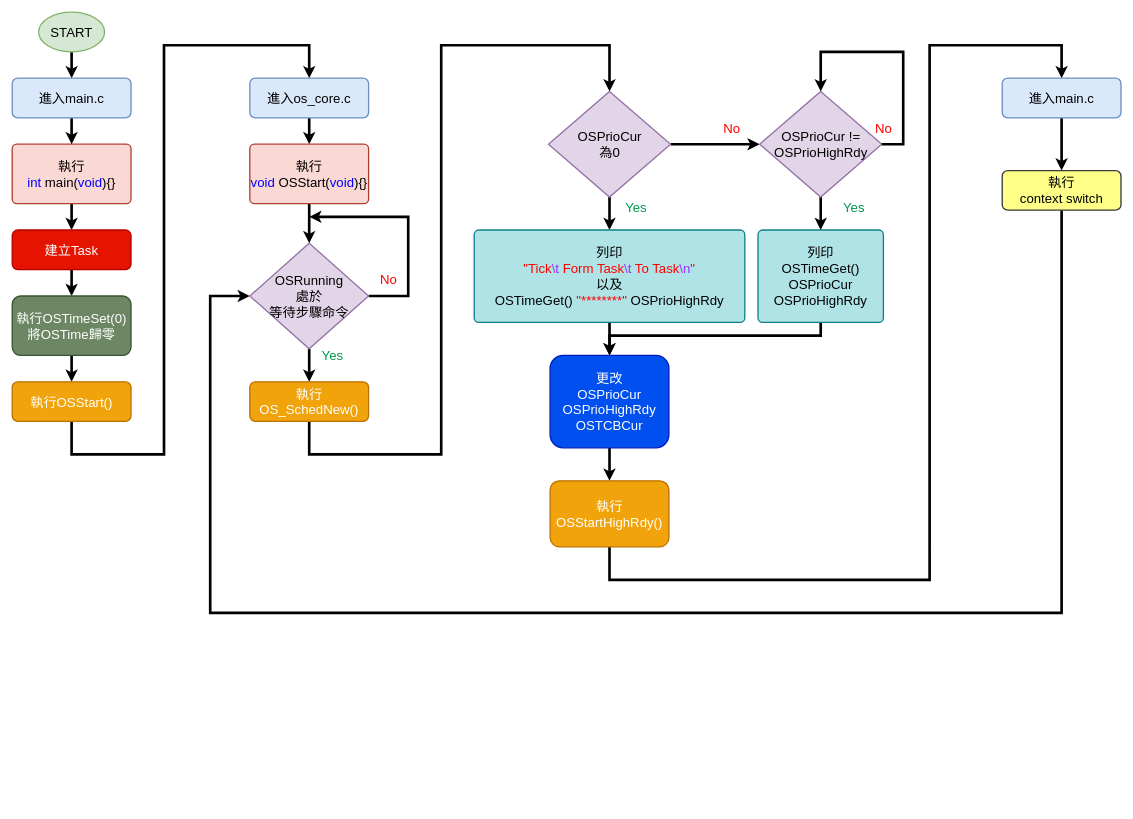
junyi1997/-OS-_code keeps this draw.io diagram as HW00/micro os HW00.drawio. Above is the earlier version. Source tidied: cells renumbered, new cells numbered last; positions are measured from the earlier drawing's top-left corner, leaving out a move shared by most shapes. Both pictures are drawn from the tidied source at 66%, with x=0, y=0 at pixel (12, 12).
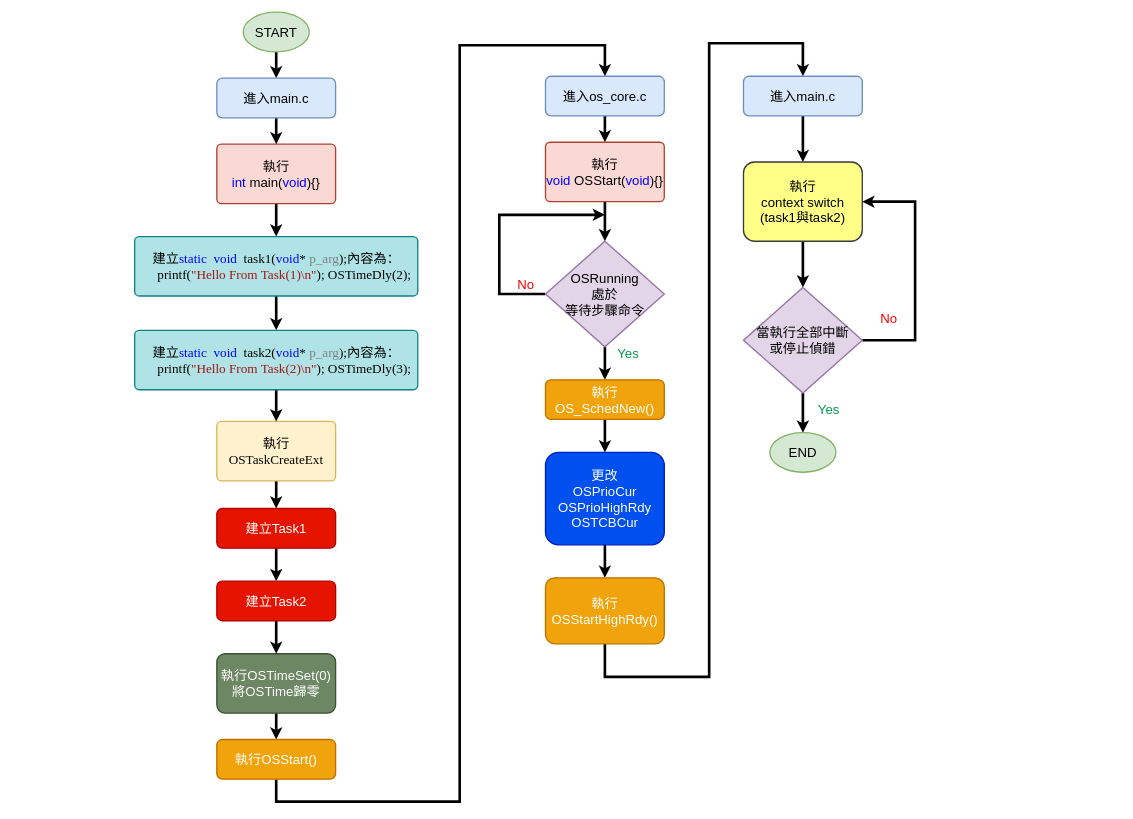
After the change.

The edit, as a diff of the source:
```diff
@@
     <mxCell id="3" value="START" style="strokeWidth=2;html=1;shape=mxgraph.flowchart.start_1;whiteSpace=wrap;fontSize=20;fontFamily=標楷體;fillColor=#d5e8d4;strokeColor=#82b366;" parent="1" vertex="1">
-      <mxGeometry x="40" width="100" height="60" as="geometry" />
+      <mxGeometry x="350" width="100" height="60" as="geometry" />
     </mxCell>
-    <mxCell id="4" style="edgeStyle=orthogonalEdgeStyle;rounded=0;jettySize=auto;html=1;strokeWidth=4;fontSize=20;fontFamily=標楷體;" parent="1" edge="1" source="5" target="7">
-      <mxGeometry relative="1" as="geometry" />
-    </mxCell>
+    <mxCell id="47" style="edgeStyle=orthogonalEdgeStyle;rounded=0;jettySize=auto;html=1;strokeWidth=4;" parent="1" edge="1" source="5" target="56">
+      <mxGeometry relative="1" as="geometry" />
+    </mxCell>
     <mxCell id="5" value="執行&lt;br&gt;&lt;font color=&quot;#0000ff&quot;&gt;int&lt;/font&gt; main(&lt;font color=&quot;#0000ff&quot;&gt;void&lt;/font&gt;){}" style="rounded=1;whiteSpace=wrap;html=1;absoluteArcSize=1;arcSize=14;strokeWidth=2;fontSize=20;fontFamily=標楷體;fillColor=#fad9d5;strokeColor=#ae4132;" parent="1" vertex="1">
-      <mxGeometry y="200" width="180" height="90" as="geometry" />
+      <mxGeometry x="310" y="200" width="180" height="90" as="geometry" />
     </mxCell>
-    <mxCell id="6" style="edgeStyle=orthogonalEdgeStyle;rounded=0;jettySize=auto;html=1;strokeWidth=4;fontSize=20;fontFamily=標楷體;" parent="1" edge="1" source="7" target="9">
-      <mxGeometry relative="1" as="geometry" />
-    </mxCell>
+    <mxCell id="48" style="edgeStyle=orthogonalEdgeStyle;rounded=0;jettySize=auto;html=1;strokeWidth=4;" parent="1" edge="1" source="7" target="52">
+      <mxGeometry relative="1" as="geometry" />
+    </mxCell>
-    <mxCell id="7" value="建立Task" style="whiteSpace=wrap;html=1;rounded=1;fontSize=20;strokeWidth=2;arcSize=14;fontFamily=標楷體;fillColor=#e51400;strokeColor=#B20000;fontColor=#ffffff;" parent="1" vertex="1">
-      <mxGeometry y="330" width="180" height="60" as="geometry" />
+    <mxCell id="7" value="建立Task1" style="whiteSpace=wrap;html=1;rounded=1;fontSize=20;strokeWidth=2;arcSize=14;fontFamily=標楷體;fillColor=#e51400;strokeColor=#B20000;fontColor=#ffffff;" parent="1" vertex="1">
+      <mxGeometry x="310" y="752" width="180" height="60" as="geometry" />
     </mxCell>
@@
     <mxCell id="9" value="執行OSTimeSet(0)&lt;br&gt;將OSTime歸零" style="whiteSpace=wrap;html=1;rounded=1;fontSize=20;strokeWidth=2;arcSize=14;fontFamily=標楷體;fillColor=#6d8764;strokeColor=#3A5431;fontColor=#ffffff;" parent="1" vertex="1">
-      <mxGeometry y="430" width="180" height="90" as="geometry" />
+      <mxGeometry x="310" y="972" width="180" height="90" as="geometry" />
     </mxCell>
     <mxCell id="10" style="edgeStyle=orthogonalEdgeStyle;rounded=0;jettySize=auto;html=1;entryX=0.5;entryY=0;entryDx=0;entryDy=0;strokeWidth=4;fontSize=20;fontFamily=標楷體;" parent="1" edge="1" source="11" target="15">
       <mxGeometry relative="1" as="geometry">
         <Array as="points">
-          <mxPoint x="90" y="670" />
-          <mxPoint x="230" y="670" />
-          <mxPoint x="230" y="50" />
-          <mxPoint x="450" y="50" />
+          <mxPoint x="400" y="1196" />
+          <mxPoint x="678" y="1196" />
+          <mxPoint x="678" y="50" />
+          <mxPoint x="898" y="50" />
         </Array>
       </mxGeometry>
     </mxCell>
     <mxCell id="11" value="執行OSStart()" style="whiteSpace=wrap;html=1;rounded=1;fontSize=20;strokeWidth=2;arcSize=14;fontFamily=標楷體;fillColor=#f0a30a;strokeColor=#BD7000;fontColor=#ffffff;" parent="1" vertex="1">
-      <mxGeometry y="560" width="180" height="60" as="geometry" />
+      <mxGeometry x="310" y="1102" width="180" height="60" as="geometry" />
     </mxCell>
@@
     <mxCell id="13" value="進入main.c" style="whiteSpace=wrap;html=1;rounded=1;fontSize=20;strokeWidth=2;arcSize=14;fontFamily=標楷體;fillColor=#dae8fc;strokeColor=#6c8ebf;" parent="1" vertex="1">
-      <mxGeometry y="100" width="180" height="60" as="geometry" />
+      <mxGeometry x="310" y="100" width="180" height="60" as="geometry" />
     </mxCell>
@@
     <mxCell id="15" value="進入os_core.c" style="whiteSpace=wrap;html=1;rounded=1;fontSize=20;strokeWidth=2;arcSize=14;fontFamily=標楷體;fillColor=#dae8fc;strokeColor=#6c8ebf;" parent="1" vertex="1">
-      <mxGeometry x="360" y="100" width="180" height="60" as="geometry" />
+      <mxGeometry x="808" y="97" width="180" height="60" as="geometry" />
     </mxCell>
@@
     <mxCell id="17" value="執行&lt;br&gt;&lt;font color=&quot;#0000ff&quot;&gt;void&lt;/font&gt; OSStart(&lt;font color=&quot;#0000ff&quot;&gt;void&lt;/font&gt;){}" style="rounded=1;whiteSpace=wrap;html=1;absoluteArcSize=1;arcSize=14;strokeWidth=2;fontSize=20;fontFamily=標楷體;fillColor=#fad9d5;strokeColor=#ae4132;" parent="1" vertex="1">
-      <mxGeometry x="360" y="200" width="180" height="90" as="geometry" />
+      <mxGeometry x="808" y="197" width="180" height="90" as="geometry" />
     </mxCell>
     <mxCell id="18" style="edgeStyle=orthogonalEdgeStyle;rounded=0;jettySize=auto;html=1;strokeWidth=4;fontSize=20;fontFamily=標楷體;" parent="1" edge="1" source="20">
       <mxGeometry relative="1" as="geometry">
-        <mxPoint x="450" y="310" as="targetPoint" />
+        <mxPoint x="898" y="307" as="targetPoint" />
         <Array as="points">
-          <mxPoint x="600" y="430" />
-          <mxPoint x="600" y="310" />
-          <mxPoint x="450" y="310" />
+          <mxPoint x="738" y="427" />
+          <mxPoint x="738" y="307" />
         </Array>
       </mxGeometry>
     </mxCell>
@@
     <mxCell id="20" value="OSRunning&lt;br&gt;處於&lt;br&gt;等待步驟命令" style="strokeWidth=2;html=1;shape=mxgraph.flowchart.decision;whiteSpace=wrap;fontSize=20;fontFamily=標楷體;fillColor=#e1d5e7;strokeColor=#9673a6;" parent="1" vertex="1">
-      <mxGeometry x="360" y="350" width="180" height="160" as="geometry" />
+      <mxGeometry x="808" y="347" width="180" height="160" as="geometry" />
     </mxCell>
     <mxCell id="21" value="No" style="text;html=1;align=center;verticalAlign=middle;fontSize=20;fontColor=#FF0000;fontFamily=標楷體;" parent="1" vertex="1">
-      <mxGeometry x="550" y="390" width="40" height="30" as="geometry" />
+      <mxGeometry x="758" y="397" width="40" height="30" as="geometry" />
     </mxCell>
-    <mxCell id="22" style="edgeStyle=orthogonalEdgeStyle;rounded=0;jettySize=auto;html=1;strokeWidth=4;fontSize=20;fontColor=#FF0000;entryX=0.5;entryY=0;entryDx=0;entryDy=0;entryPerimeter=0;fontFamily=標楷體;" parent="1" edge="1" source="23" target="27">
-      <mxGeometry relative="1" as="geometry">
-        <Array as="points">
-          <mxPoint x="450" y="670" />
-          <mxPoint x="650" y="670" />
-          <mxPoint x="650" y="50" />
-          <mxPoint x="905" y="50" />
-        </Array>
-      </mxGeometry>
-    </mxCell>
+    <mxCell id="49" style="edgeStyle=orthogonalEdgeStyle;rounded=0;jettySize=auto;html=1;strokeWidth=4;" parent="1" edge="1" source="23" target="35">
+      <mxGeometry relative="1" as="geometry" />
+    </mxCell>
     <mxCell id="23" value="執行OS_SchedNew()" style="whiteSpace=wrap;html=1;rounded=1;fontSize=20;strokeWidth=2;arcSize=14;fontFamily=標楷體;fillColor=#f0a30a;strokeColor=#BD7000;fontColor=#ffffff;" parent="1" vertex="1">
-      <mxGeometry x="360" y="560" width="180" height="60" as="geometry" />
+      <mxGeometry x="808" y="557" width="180" height="60" as="geometry" />
     </mxCell>
     <mxCell id="24" value="&lt;font color=&quot;#00994d&quot;&gt;Yes&lt;/font&gt;" style="text;html=1;align=center;verticalAlign=middle;fontSize=20;fontColor=#FF0000;fontFamily=標楷體;" parent="1" vertex="1">
-      <mxGeometry x="460" y="505" width="50" height="30" as="geometry" />
+      <mxGeometry x="908" y="502" width="50" height="30" as="geometry" />
     </mxCell>
-    <mxCell id="25" style="edgeStyle=orthogonalEdgeStyle;rounded=0;jettySize=auto;html=1;strokeWidth=4;fontSize=20;fontColor=#FF0000;fontFamily=標楷體;" parent="1" edge="1" source="27" target="29">
-      <mxGeometry relative="1" as="geometry" />
-    </mxCell>
-    <mxCell id="26" style="edgeStyle=orthogonalEdgeStyle;rounded=0;jettySize=auto;html=1;strokeWidth=4;fontSize=20;fontColor=#FF0000;" parent="1" edge="1" source="27" target="43">
-      <mxGeometry relative="1" as="geometry" />
-    </mxCell>
-    <mxCell id="27" value="OSPrioCur&lt;br&gt;為0" style="strokeWidth=2;html=1;shape=mxgraph.flowchart.decision;whiteSpace=wrap;fontSize=20;fontFamily=標楷體;fillColor=#e1d5e7;strokeColor=#9673a6;" parent="1" vertex="1">
-      <mxGeometry x="812.5" y="120" width="185" height="160" as="geometry" />
-    </mxCell>
-    <mxCell id="28" style="edgeStyle=orthogonalEdgeStyle;rounded=0;jettySize=auto;html=1;strokeWidth=4;fontSize=20;fontColor=#FF0000;" parent="1" edge="1" source="29" target="35">
-      <mxGeometry relative="1" as="geometry" />
-    </mxCell>
-    <mxCell id="29" value="列印&lt;br&gt;&lt;font color=&quot;#ff0000&quot;&gt;&quot;Tick&lt;/font&gt;&lt;font color=&quot;#9933ff&quot;&gt;\t&lt;/font&gt;&lt;font color=&quot;#ff0000&quot;&gt; Form Task&lt;/font&gt;&lt;font color=&quot;#9933ff&quot;&gt;\t&lt;/font&gt;&lt;font color=&quot;#ff0000&quot;&gt; To Task&lt;/font&gt;&lt;font color=&quot;#9933ff&quot;&gt;\n&lt;/font&gt;&lt;font color=&quot;#ff0000&quot;&gt;&quot;&lt;/font&gt;&lt;br&gt;以及&lt;br&gt;OSTimeGet() &lt;font color=&quot;#ff0000&quot;&gt;&quot;********&quot;&lt;/font&gt; OSPrioHighRdy" style="rounded=1;whiteSpace=wrap;html=1;absoluteArcSize=1;arcSize=14;strokeWidth=2;fontSize=20;fontFamily=標楷體;fillColor=#b0e3e6;strokeColor=#0e8088;" parent="1" vertex="1">
-      <mxGeometry x="700" y="330" width="410" height="140" as="geometry" />
-    </mxCell>
-    <mxCell id="30" value="&lt;font color=&quot;#00994d&quot;&gt;Yes&lt;/font&gt;" style="text;html=1;align=center;verticalAlign=middle;fontSize=20;fontColor=#FF0000;fontFamily=標楷體;" parent="1" vertex="1">
-      <mxGeometry x="920" y="280" width="50" height="30" as="geometry" />
-    </mxCell>
-    <mxCell id="31" style="edgeStyle=orthogonalEdgeStyle;rounded=0;jettySize=auto;html=1;entryX=0.5;entryY=0;entryDx=0;entryDy=0;strokeWidth=4;fontSize=20;fontColor=#FF0000;" parent="1" edge="1" source="32" target="35">
-      <mxGeometry relative="1" as="geometry">
-        <Array as="points">
-          <mxPoint x="1225" y="490" />
-          <mxPoint x="905" y="490" />
-        </Array>
-      </mxGeometry>
-    </mxCell>
-    <mxCell id="32" value="列印&lt;br&gt;OSTimeGet()&lt;br&gt;OSPrioCur&lt;br&gt;OSPrioHighRdy" style="rounded=1;whiteSpace=wrap;html=1;absoluteArcSize=1;arcSize=14;strokeWidth=2;fontSize=20;fontFamily=標楷體;align=center;fillColor=#b0e3e6;strokeColor=#0e8088;" parent="1" vertex="1">
-      <mxGeometry x="1130" y="330" width="190" height="140" as="geometry" />
-    </mxCell>
-    <mxCell id="33" value="No" style="text;html=1;align=center;verticalAlign=middle;fontSize=20;fontColor=#FF0000;fontFamily=標楷體;" parent="1" vertex="1">
-      <mxGeometry x="1070" y="160" width="40" height="30" as="geometry" />
-    </mxCell>
@@
     <mxCell id="35" value="更改&lt;br&gt;OSPrioCur&lt;br&gt;OSPrioHighRdy&lt;br&gt;OSTCBCur" style="whiteSpace=wrap;html=1;rounded=1;fontSize=20;strokeWidth=2;arcSize=14;fontFamily=標楷體;fillColor=#0050ef;strokeColor=#001DBC;fontColor=#ffffff;" parent="1" vertex="1">
-      <mxGeometry x="815" y="520" width="180" height="140" as="geometry" />
+      <mxGeometry x="808" y="667" width="180" height="140" as="geometry" />
     </mxCell>
-    <mxCell id="36" style="edgeStyle=orthogonalEdgeStyle;rounded=0;jettySize=auto;html=1;entryX=0.5;entryY=0;entryDx=0;entryDy=0;strokeWidth=4;fontSize=20;fontColor=#FF0000;" parent="1" edge="1" source="37" target="39">
+    <mxCell id="36" style="edgeStyle=orthogonalEdgeStyle;rounded=0;jettySize=auto;html=1;entryX=0.5;entryY=0;entryDx=0;entryDy=0;strokeWidth=4;" parent="1" edge="1" source="37" target="39">
       <mxGeometry relative="1" as="geometry">
         <Array as="points">
-          <mxPoint x="905" y="860" />
-          <mxPoint x="1390" y="860" />
-          <mxPoint x="1390" y="50" />
-          <mxPoint x="1590" y="50" />
+          <mxPoint x="898" y="1007" />
+          <mxPoint x="1056" y="1007" />
+          <mxPoint x="1056" y="47" />
+          <mxPoint x="1198" y="47" />
         </Array>
       </mxGeometry>
     </mxCell>
     <mxCell id="37" value="執行OSStartHighRdy()" style="whiteSpace=wrap;html=1;rounded=1;fontSize=20;strokeWidth=2;arcSize=14;fontFamily=標楷體;fillColor=#f0a30a;strokeColor=#BD7000;fontColor=#ffffff;" parent="1" vertex="1">
-      <mxGeometry x="815" y="710" width="180" height="100" as="geometry" />
+      <mxGeometry x="808" y="857" width="180" height="100" as="geometry" />
     </mxCell>
@@
     <mxCell id="39" value="進入main.c" style="whiteSpace=wrap;html=1;rounded=1;fontSize=20;strokeWidth=2;arcSize=14;fontFamily=標楷體;fillColor=#dae8fc;strokeColor=#6c8ebf;" parent="1" vertex="1">
-      <mxGeometry x="1500" y="100" width="180" height="60" as="geometry" />
+      <mxGeometry x="1108" y="97" width="180" height="60" as="geometry" />
     </mxCell>
-    <mxCell id="40" style="edgeStyle=orthogonalEdgeStyle;rounded=0;jettySize=auto;html=1;entryX=0;entryY=0.5;entryDx=0;entryDy=0;entryPerimeter=0;strokeWidth=4;fontSize=20;fontColor=#FF0000;" parent="1" edge="1" source="41" target="20">
-      <mxGeometry relative="1" as="geometry">
-        <Array as="points">
-          <mxPoint x="1590" y="910" />
-          <mxPoint x="300" y="910" />
-          <mxPoint x="300" y="430" />
-        </Array>
-      </mxGeometry>
-    </mxCell>
+    <mxCell id="50" style="edgeStyle=orthogonalEdgeStyle;rounded=0;jettySize=auto;html=1;strokeWidth=4;" parent="1" edge="1" source="41" target="59">
+      <mxGeometry relative="1" as="geometry" />
+    </mxCell>
-    <mxCell id="41" value="執行&lt;br&gt;context switch" style="whiteSpace=wrap;html=1;rounded=1;fontFamily=標楷體;fontSize=20;strokeColor=#36393d;strokeWidth=2;fillColor=#ffff88;arcSize=14;" parent="1" vertex="1">
-      <mxGeometry x="1500" y="240" width="180" height="60" as="geometry" />
+    <mxCell id="41" value="執行&lt;br&gt;context switch&lt;br&gt;(task1與task2)" style="whiteSpace=wrap;html=1;rounded=1;fontFamily=標楷體;fontSize=20;strokeColor=#36393d;strokeWidth=2;fillColor=#ffff88;arcSize=14;" parent="1" vertex="1">
+      <mxGeometry x="1108" y="227" width="180" height="120" as="geometry" />
     </mxCell>
-    <mxCell id="42" style="edgeStyle=orthogonalEdgeStyle;rounded=0;jettySize=auto;html=1;strokeWidth=4;fontSize=20;fontColor=#FF0000;" parent="1" edge="1" source="43" target="32">
-      <mxGeometry relative="1" as="geometry" />
-    </mxCell>
-    <mxCell id="43" value="OSPrioCur != OSPrioHighRdy" style="strokeWidth=2;html=1;shape=mxgraph.flowchart.decision;whiteSpace=wrap;fontSize=20;fontFamily=標楷體;fillColor=#e1d5e7;strokeColor=#9673a6;" parent="1" vertex="1">
-      <mxGeometry x="1132.5" y="120" width="185" height="160" as="geometry" />
-    </mxCell>
-    <mxCell id="44" style="edgeStyle=orthogonalEdgeStyle;rounded=0;orthogonalLoop=1;jettySize=auto;html=1;entryX=0.5;entryY=0;entryDx=0;entryDy=0;entryPerimeter=0;strokeWidth=4;fontSize=20;fontColor=#FF0000;exitX=1;exitY=0.5;exitDx=0;exitDy=0;exitPerimeter=0;" parent="1" edge="1" source="43" target="43">
-      <mxGeometry relative="1" as="geometry">
-        <Array as="points">
-          <mxPoint x="1350" y="200" />
-          <mxPoint x="1350" y="60" />
-          <mxPoint x="1225" y="60" />
-        </Array>
-      </mxGeometry>
-    </mxCell>
-    <mxCell id="45" value="No" style="text;html=1;align=center;verticalAlign=middle;fontSize=20;fontColor=#FF0000;fontFamily=標楷體;" parent="1" vertex="1">
-      <mxGeometry x="1300" y="160" width="40" height="30" as="geometry" />
-    </mxCell>
-    <mxCell id="46" value="&lt;font color=&quot;#00994d&quot;&gt;Yes&lt;/font&gt;" style="text;html=1;align=center;verticalAlign=middle;fontSize=20;fontColor=#FF0000;fontFamily=標楷體;" parent="1" vertex="1">
-      <mxGeometry x="1250" y="280" width="50" height="30" as="geometry" />
-    </mxCell>
+    <mxCell id="51" style="edgeStyle=orthogonalEdgeStyle;rounded=0;jettySize=auto;html=1;strokeWidth=4;" parent="1" edge="1" source="52" target="9">
+      <mxGeometry relative="1" as="geometry" />
+    </mxCell>
+    <mxCell id="52" value="建立Task2" style="whiteSpace=wrap;html=1;rounded=1;fontSize=20;strokeWidth=2;arcSize=14;fontFamily=標楷體;fillColor=#e51400;strokeColor=#B20000;fontColor=#ffffff;" parent="1" vertex="1">
+      <mxGeometry x="310" y="862" width="180" height="60" as="geometry" />
+    </mxCell>
+    <mxCell id="53" style="edgeStyle=orthogonalEdgeStyle;rounded=0;jettySize=auto;html=1;strokeWidth=4;" parent="1" edge="1" source="54" target="7">
+      <mxGeometry relative="1" as="geometry" />
+    </mxCell>
+    <mxCell id="54" value="執行&lt;span style=&quot;font-family: &amp;#34;times new roman&amp;#34; , serif ; text-indent: -18pt&quot;&gt;OSTaskCreateExt&lt;/span&gt;" style="rounded=1;whiteSpace=wrap;html=1;absoluteArcSize=1;arcSize=14;strokeWidth=2;fontSize=20;fontFamily=標楷體;fillColor=#fff2cc;strokeColor=#d6b656;" parent="1" vertex="1">
+      <mxGeometry x="310" y="620" width="180" height="90" as="geometry" />
+    </mxCell>
+    <mxCell id="55" style="edgeStyle=orthogonalEdgeStyle;rounded=0;jettySize=auto;html=1;strokeWidth=4;" parent="1" edge="1" source="56" target="64">
+      <mxGeometry relative="1" as="geometry" />
+    </mxCell>
+    <mxCell id="56" value="&lt;p class=&quot;MsoListParagraph&quot; style=&quot;margin-left: 18.0pt ; text-indent: -18.0pt&quot;&gt;建立&lt;span lang=&quot;EN-US&quot; style=&quot;font-family: &amp;#34;times new roman&amp;#34; , serif ; color: blue&quot;&gt;static&lt;/span&gt;&lt;span lang=&quot;EN-US&quot; style=&quot;font-family: &amp;#34;times new roman&amp;#34; , serif&quot;&gt;&amp;nbsp; &lt;/span&gt;&lt;span lang=&quot;EN-US&quot; style=&quot;font-family: &amp;#34;times new roman&amp;#34; , serif ; color: blue&quot;&gt;void&lt;/span&gt;&lt;span lang=&quot;EN-US&quot; style=&quot;font-family: &amp;#34;times new roman&amp;#34; , serif&quot;&gt;&amp;nbsp; task1(&lt;/span&gt;&lt;span lang=&quot;EN-US&quot; style=&quot;font-family: &amp;#34;times new roman&amp;#34; , serif ; color: blue&quot;&gt;void&lt;/span&gt;&lt;span lang=&quot;EN-US&quot; style=&quot;font-family: &amp;#34;times new roman&amp;#34; , serif&quot;&gt;* &lt;/span&gt;&lt;span lang=&quot;EN-US&quot; style=&quot;font-family: &amp;#34;times new roman&amp;#34; , serif ; color: gray&quot;&gt;p_arg&lt;/span&gt;&lt;span lang=&quot;EN-US&quot; style=&quot;font-family: &amp;#34;times new roman&amp;#34; , serif&quot;&gt;);&lt;/span&gt;&lt;span style=&quot;text-indent: -18pt&quot;&gt;內容為：&lt;/span&gt;&lt;span lang=&quot;EN-US&quot; style=&quot;text-indent: -18pt ; font-family: &amp;#34;times new roman&amp;#34; , serif&quot;&gt;printf(&lt;/span&gt;&lt;span lang=&quot;EN-US&quot; style=&quot;text-indent: -18pt ; font-family: &amp;#34;times new roman&amp;#34; , serif ; color: rgb(163 , 21 , 21)&quot;&gt;&quot;Hello From Task(1)\n&quot;&lt;/span&gt;&lt;span lang=&quot;EN-US&quot; style=&quot;text-indent: -18pt ; font-family: &amp;#34;times new roman&amp;#34; , serif&quot;&gt;);&amp;nbsp;&lt;/span&gt;&lt;span style=&quot;text-indent: -18pt ; font-family: &amp;#34;times new roman&amp;#34; , serif&quot;&gt;OSTimeDly(2);&lt;/span&gt;&lt;/p&gt;" style="rounded=1;whiteSpace=wrap;html=1;absoluteArcSize=1;arcSize=14;strokeWidth=2;fontSize=20;fontFamily=標楷體;fillColor=#b0e3e6;strokeColor=#0e8088;" parent="1" vertex="1">
+      <mxGeometry x="185.5" y="340" width="429" height="90" as="geometry" />
+    </mxCell>
+    <mxCell id="57" style="edgeStyle=orthogonalEdgeStyle;rounded=0;jettySize=auto;html=1;entryX=1;entryY=0.5;entryDx=0;entryDy=0;strokeWidth=4;" parent="1" edge="1" source="59" target="41">
+      <mxGeometry relative="1" as="geometry">
+        <Array as="points">
+          <mxPoint x="1198" y="497" />
+          <mxPoint x="1368" y="497" />
+          <mxPoint x="1368" y="287" />
+        </Array>
+      </mxGeometry>
+    </mxCell>
+    <mxCell id="58" style="edgeStyle=orthogonalEdgeStyle;rounded=0;jettySize=auto;html=1;strokeWidth=4;" parent="1" edge="1" source="59" target="61">
+      <mxGeometry relative="1" as="geometry" />
+    </mxCell>
+    <mxCell id="59" value="當執行全部中斷&lt;br&gt;或停止偵錯" style="strokeWidth=2;html=1;shape=mxgraph.flowchart.decision;whiteSpace=wrap;fontSize=20;fontFamily=標楷體;fillColor=#e1d5e7;strokeColor=#9673a6;" parent="1" vertex="1">
+      <mxGeometry x="1108" y="417" width="180" height="160" as="geometry" />
+    </mxCell>
+    <mxCell id="60" value="No" style="text;html=1;align=center;verticalAlign=middle;fontSize=20;fontColor=#FF0000;fontFamily=標楷體;" parent="1" vertex="1">
+      <mxGeometry x="1308" y="449" width="40" height="30" as="geometry" />
+    </mxCell>
+    <mxCell id="61" value="END" style="strokeWidth=2;html=1;shape=mxgraph.flowchart.start_1;whiteSpace=wrap;fontSize=20;fontFamily=標楷體;fillColor=#d5e8d4;strokeColor=#82b366;" parent="1" vertex="1">
+      <mxGeometry x="1148" y="637" width="100" height="60" as="geometry" />
+    </mxCell>
+    <mxCell id="62" value="&lt;font color=&quot;#00994d&quot;&gt;Yes&lt;/font&gt;" style="text;html=1;align=center;verticalAlign=middle;fontSize=20;fontColor=#FF0000;fontFamily=標楷體;" parent="1" vertex="1">
+      <mxGeometry x="1212" y="587" width="50" height="30" as="geometry" />
+    </mxCell>
+    <mxCell id="63" style="edgeStyle=orthogonalEdgeStyle;rounded=0;jettySize=auto;html=1;strokeWidth=4;" parent="1" edge="1" source="64" target="54">
+      <mxGeometry relative="1" as="geometry" />
+    </mxCell>
+    <mxCell id="64" value="&lt;p class=&quot;MsoListParagraph&quot; style=&quot;margin-left: 18.0pt ; text-indent: -18.0pt&quot;&gt;建立&lt;span lang=&quot;EN-US&quot; style=&quot;font-family: &amp;#34;times new roman&amp;#34; , serif ; color: blue&quot;&gt;static&lt;/span&gt;&lt;span lang=&quot;EN-US&quot; style=&quot;font-family: &amp;#34;times new roman&amp;#34; , serif&quot;&gt;&amp;nbsp; &lt;/span&gt;&lt;span lang=&quot;EN-US&quot; style=&quot;font-family: &amp;#34;times new roman&amp;#34; , serif ; color: blue&quot;&gt;void&lt;/span&gt;&lt;span lang=&quot;EN-US&quot; style=&quot;font-family: &amp;#34;times new roman&amp;#34; , serif&quot;&gt;&amp;nbsp; task2(&lt;/span&gt;&lt;span lang=&quot;EN-US&quot; style=&quot;font-family: &amp;#34;times new roman&amp;#34; , serif ; color: blue&quot;&gt;void&lt;/span&gt;&lt;span lang=&quot;EN-US&quot; style=&quot;font-family: &amp;#34;times new roman&amp;#34; , serif&quot;&gt;* &lt;/span&gt;&lt;span lang=&quot;EN-US&quot; style=&quot;font-family: &amp;#34;times new roman&amp;#34; , serif ; color: gray&quot;&gt;p_arg&lt;/span&gt;&lt;span lang=&quot;EN-US&quot; style=&quot;font-family: &amp;#34;times new roman&amp;#34; , serif&quot;&gt;);&lt;/span&gt;&lt;span style=&quot;text-indent: -18pt&quot;&gt;內容為：&lt;/span&gt;&lt;span lang=&quot;EN-US&quot; style=&quot;text-indent: -18pt ; font-family: &amp;#34;times new roman&amp;#34; , serif&quot;&gt;printf(&lt;/span&gt;&lt;span lang=&quot;EN-US&quot; style=&quot;text-indent: -18pt ; font-family: &amp;#34;times new roman&amp;#34; , serif ; color: rgb(163 , 21 , 21)&quot;&gt;&quot;Hello From Task(2)\n&quot;&lt;/span&gt;&lt;span lang=&quot;EN-US&quot; style=&quot;text-indent: -18pt ; font-family: &amp;#34;times new roman&amp;#34; , serif&quot;&gt;);&amp;nbsp;&lt;/span&gt;&lt;span style=&quot;text-indent: -18pt ; font-family: &amp;#34;times new roman&amp;#34; , serif&quot;&gt;OSTimeDly(3);&lt;/span&gt;&lt;/p&gt;" style="rounded=1;whiteSpace=wrap;html=1;absoluteArcSize=1;arcSize=14;strokeWidth=2;fontSize=20;fontFamily=標楷體;fillColor=#b0e3e6;strokeColor=#0e8088;" parent="1" vertex="1">
+      <mxGeometry x="185.5" y="482" width="429" height="90" as="geometry" />
+    </mxCell>
```
